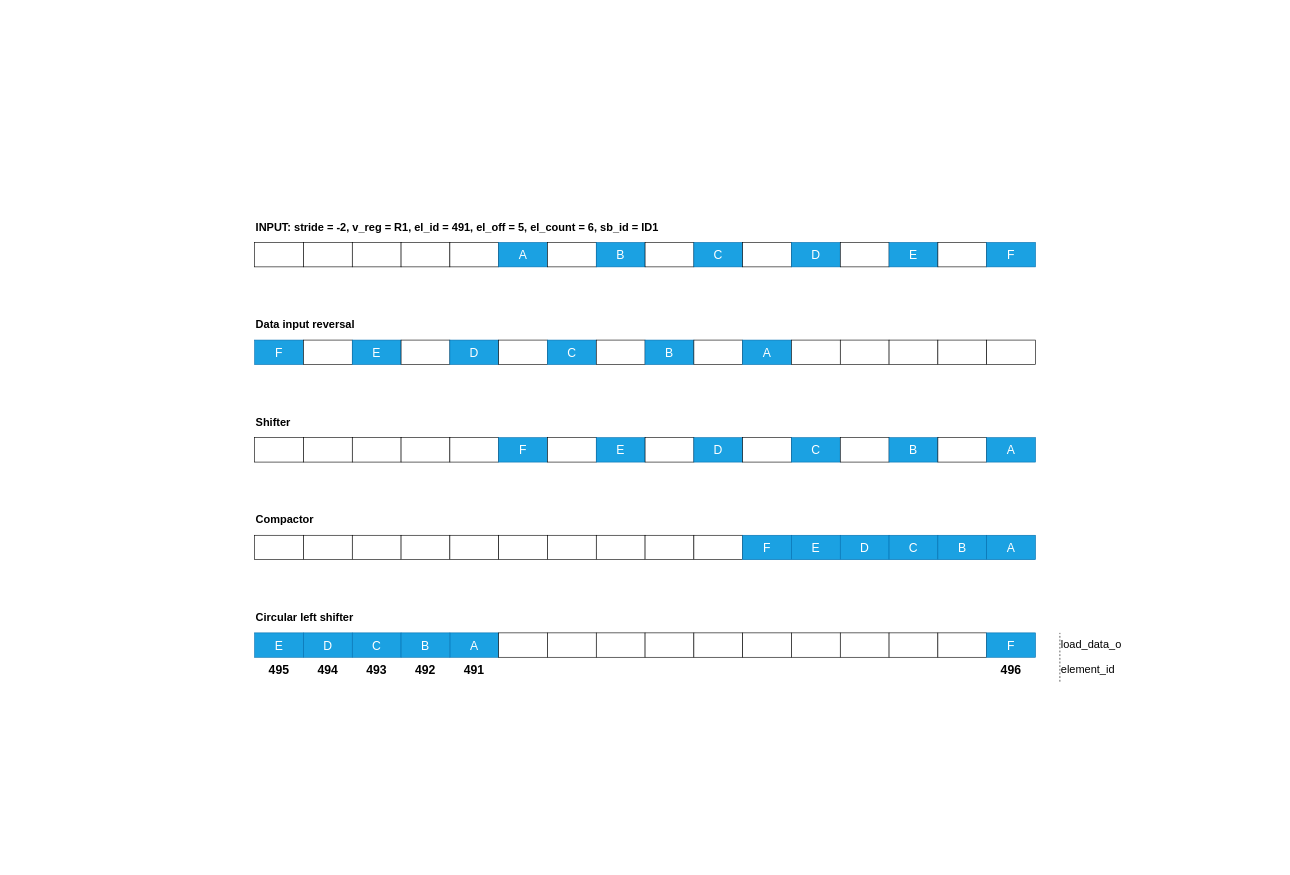
Above: Chapter_2/src/lmu-strided.drawio in gugliver/tesi_magistrale (draw.io), before the change. Source tidied: cells renumbered, new cells numbered last; positions are measured from the earlier drawing's top-left corner, leaving out a move shared by most shapes. Both pictures are drawn from the tidied source at 61%, with x=0, y=0 at pixel (10, 10).
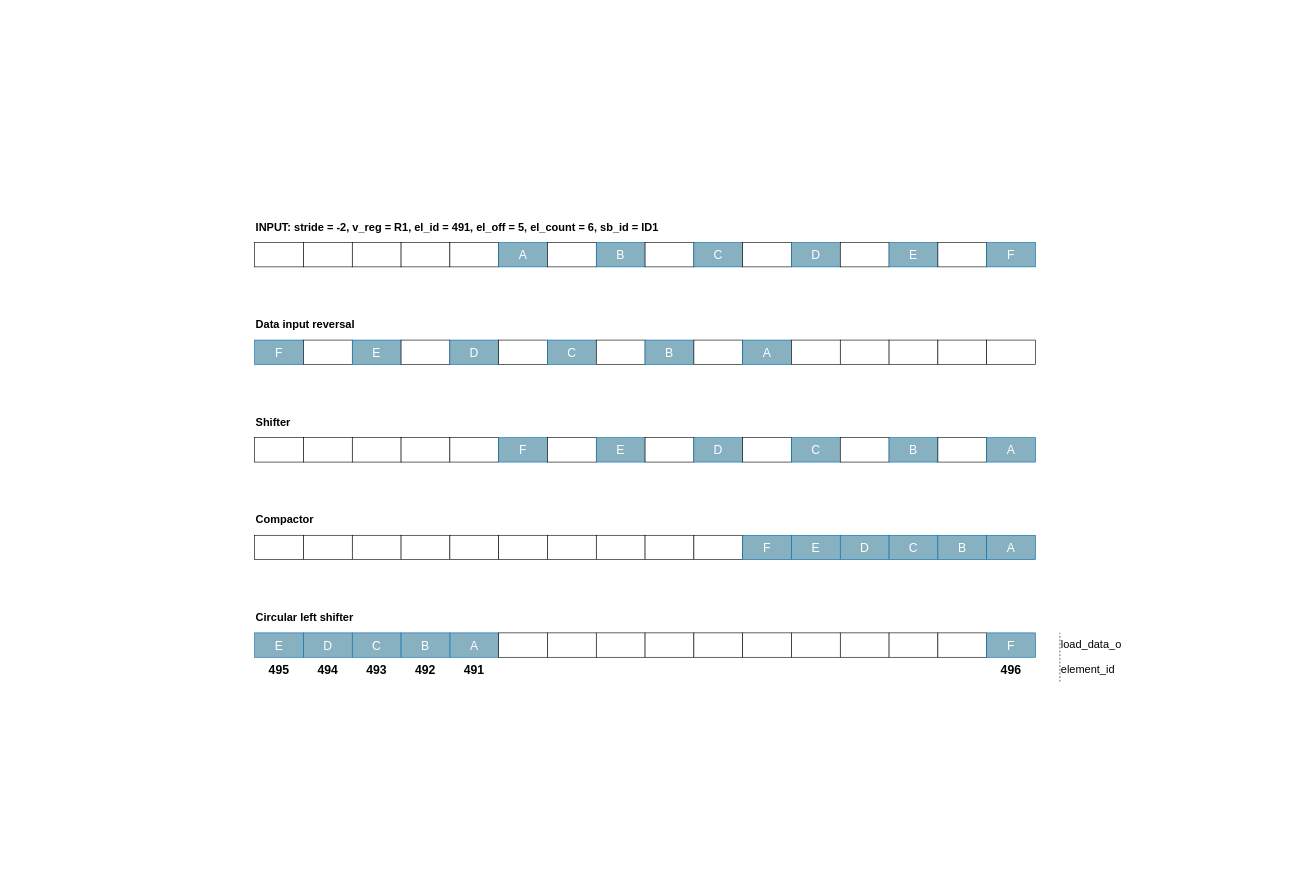
After the change.

Change to the diagram source:
```diff
@@
-    <mxCell id="7" style="rounded=0;whiteSpace=wrap;html=1;fillColor=#1ba1e2;strokeColor=#006EAF;fontColor=#ffffff;" parent="1" vertex="1">
+    <mxCell id="7" style="rounded=0;whiteSpace=wrap;html=1;fillColor=#87B0C0;strokeColor=#006EAF;fontColor=#ffffff;" parent="1" vertex="1">
       <mxGeometry x="800" y="380" width="80" height="40" as="geometry" />
     </mxCell>
@@
-    <mxCell id="9" style="rounded=0;whiteSpace=wrap;html=1;fillColor=#1ba1e2;strokeColor=#006EAF;fontColor=#ffffff;" parent="1" vertex="1">
+    <mxCell id="9" style="rounded=0;whiteSpace=wrap;html=1;fillColor=#87B0C0;strokeColor=#006EAF;fontColor=#ffffff;" parent="1" vertex="1">
       <mxGeometry x="960" y="380" width="80" height="40" as="geometry" />
     </mxCell>
@@
-    <mxCell id="11" style="rounded=0;whiteSpace=wrap;html=1;fillColor=#1ba1e2;strokeColor=#006EAF;fontColor=#ffffff;" parent="1" vertex="1">
+    <mxCell id="11" style="rounded=0;whiteSpace=wrap;html=1;fillColor=#87B0C0;strokeColor=#006EAF;fontColor=#ffffff;" parent="1" vertex="1">
       <mxGeometry x="1120" y="380" width="80" height="40" as="geometry" />
     </mxCell>
@@
-    <mxCell id="13" style="rounded=0;whiteSpace=wrap;html=1;fillColor=#1ba1e2;strokeColor=#006EAF;fontColor=#ffffff;" parent="1" vertex="1">
+    <mxCell id="13" style="rounded=0;whiteSpace=wrap;html=1;fillColor=#87B0C0;strokeColor=#006EAF;fontColor=#ffffff;" parent="1" vertex="1">
       <mxGeometry x="1280" y="380" width="80" height="40" as="geometry" />
     </mxCell>
@@
-    <mxCell id="15" style="rounded=0;whiteSpace=wrap;html=1;fillColor=#1ba1e2;strokeColor=#006EAF;fontColor=#ffffff;" parent="1" vertex="1">
+    <mxCell id="15" style="rounded=0;whiteSpace=wrap;html=1;fillColor=#87B0C0;strokeColor=#006EAF;fontColor=#ffffff;" parent="1" vertex="1">
       <mxGeometry x="1440" y="380" width="80" height="40" as="geometry" />
     </mxCell>
@@
-    <mxCell id="17" style="rounded=0;whiteSpace=wrap;html=1;fillColor=#1ba1e2;strokeColor=#006EAF;fontColor=#ffffff;" parent="1" vertex="1">
+    <mxCell id="17" style="rounded=0;whiteSpace=wrap;html=1;fillColor=#87B0C0;strokeColor=#006EAF;fontColor=#ffffff;" parent="1" vertex="1">
       <mxGeometry x="1600" y="380" width="80" height="40" as="geometry" />
     </mxCell>
-    <mxCell id="18" style="rounded=0;whiteSpace=wrap;html=1;fillColor=#1ba1e2;strokeColor=#006EAF;fontColor=#ffffff;" parent="1" vertex="1">
+    <mxCell id="18" style="rounded=0;whiteSpace=wrap;html=1;fillColor=#87B0C0;strokeColor=#006EAF;fontColor=#ffffff;" parent="1" vertex="1">
       <mxGeometry x="400" y="540" width="80" height="40" as="geometry" />
     </mxCell>
@@
-    <mxCell id="20" style="rounded=0;whiteSpace=wrap;html=1;fillColor=#1ba1e2;strokeColor=#006EAF;fontColor=#ffffff;" parent="1" vertex="1">
+    <mxCell id="20" style="rounded=0;whiteSpace=wrap;html=1;fillColor=#87B0C0;strokeColor=#006EAF;fontColor=#ffffff;" parent="1" vertex="1">
       <mxGeometry x="560" y="540" width="80" height="40" as="geometry" />
     </mxCell>
@@
-    <mxCell id="22" style="rounded=0;whiteSpace=wrap;html=1;fillColor=#1ba1e2;strokeColor=#006EAF;fontColor=#ffffff;" parent="1" vertex="1">
+    <mxCell id="22" style="rounded=0;whiteSpace=wrap;html=1;fillColor=#87B0C0;strokeColor=#006EAF;fontColor=#ffffff;" parent="1" vertex="1">
       <mxGeometry x="720" y="540" width="80" height="40" as="geometry" />
     </mxCell>
@@
-    <mxCell id="24" style="rounded=0;whiteSpace=wrap;html=1;fillColor=#1ba1e2;strokeColor=#006EAF;fontColor=#ffffff;" parent="1" vertex="1">
+    <mxCell id="24" style="rounded=0;whiteSpace=wrap;html=1;fillColor=#87B0C0;strokeColor=#006EAF;fontColor=#ffffff;" parent="1" vertex="1">
       <mxGeometry x="880" y="540" width="80" height="40" as="geometry" />
     </mxCell>
@@
-    <mxCell id="26" style="rounded=0;whiteSpace=wrap;html=1;fillColor=#1ba1e2;strokeColor=#006EAF;fontColor=#ffffff;" parent="1" vertex="1">
+    <mxCell id="26" style="rounded=0;whiteSpace=wrap;html=1;fillColor=#87B0C0;strokeColor=#006EAF;fontColor=#ffffff;" parent="1" vertex="1">
       <mxGeometry x="1040" y="540" width="80" height="40" as="geometry" />
     </mxCell>
@@
-    <mxCell id="28" style="rounded=0;whiteSpace=wrap;html=1;fillColor=#1ba1e2;strokeColor=#006EAF;fontColor=#ffffff;" parent="1" vertex="1">
+    <mxCell id="28" style="rounded=0;whiteSpace=wrap;html=1;fillColor=#87B0C0;strokeColor=#006EAF;fontColor=#ffffff;" parent="1" vertex="1">
       <mxGeometry x="1200" y="540" width="80" height="40" as="geometry" />
     </mxCell>
@@
-    <mxCell id="39" style="rounded=0;whiteSpace=wrap;html=1;fillColor=#1ba1e2;strokeColor=#006EAF;fontColor=#ffffff;" parent="1" vertex="1">
+    <mxCell id="39" style="rounded=0;whiteSpace=wrap;html=1;fillColor=#87B0C0;strokeColor=#006EAF;fontColor=#ffffff;" parent="1" vertex="1">
       <mxGeometry x="800" y="700" width="80" height="40" as="geometry" />
     </mxCell>
@@
-    <mxCell id="41" style="rounded=0;whiteSpace=wrap;html=1;fillColor=#1ba1e2;strokeColor=#006EAF;fontColor=#ffffff;" parent="1" vertex="1">
+    <mxCell id="41" style="rounded=0;whiteSpace=wrap;html=1;fillColor=#87B0C0;strokeColor=#006EAF;fontColor=#ffffff;" parent="1" vertex="1">
       <mxGeometry x="960" y="700" width="80" height="40" as="geometry" />
     </mxCell>
@@
-    <mxCell id="43" style="rounded=0;whiteSpace=wrap;html=1;fillColor=#1ba1e2;strokeColor=#006EAF;fontColor=#ffffff;" parent="1" vertex="1">
+    <mxCell id="43" style="rounded=0;whiteSpace=wrap;html=1;fillColor=#87B0C0;strokeColor=#006EAF;fontColor=#ffffff;" parent="1" vertex="1">
       <mxGeometry x="1120" y="700" width="80" height="40" as="geometry" />
     </mxCell>
@@
-    <mxCell id="45" style="rounded=0;whiteSpace=wrap;html=1;fillColor=#1ba1e2;strokeColor=#006EAF;fontColor=#ffffff;" parent="1" vertex="1">
+    <mxCell id="45" style="rounded=0;whiteSpace=wrap;html=1;fillColor=#87B0C0;strokeColor=#006EAF;fontColor=#ffffff;" parent="1" vertex="1">
       <mxGeometry x="1280" y="700" width="80" height="40" as="geometry" />
     </mxCell>
@@
-    <mxCell id="47" style="rounded=0;whiteSpace=wrap;html=1;fillColor=#1ba1e2;strokeColor=#006EAF;fontColor=#ffffff;" parent="1" vertex="1">
+    <mxCell id="47" style="rounded=0;whiteSpace=wrap;html=1;fillColor=#87B0C0;strokeColor=#006EAF;fontColor=#ffffff;" parent="1" vertex="1">
       <mxGeometry x="1440" y="700" width="80" height="40" as="geometry" />
     </mxCell>
@@
-    <mxCell id="49" style="rounded=0;whiteSpace=wrap;html=1;fillColor=#1ba1e2;strokeColor=#006EAF;fontColor=#ffffff;" parent="1" vertex="1">
+    <mxCell id="49" style="rounded=0;whiteSpace=wrap;html=1;fillColor=#87B0C0;strokeColor=#006EAF;fontColor=#ffffff;" parent="1" vertex="1">
       <mxGeometry x="1600" y="700" width="80" height="40" as="geometry" />
     </mxCell>
@@
-    <mxCell id="60" style="rounded=0;whiteSpace=wrap;html=1;fillColor=#1ba1e2;strokeColor=#006EAF;fontColor=#ffffff;" parent="1" vertex="1">
+    <mxCell id="60" style="rounded=0;whiteSpace=wrap;html=1;fillColor=#87B0C0;strokeColor=#006EAF;fontColor=#ffffff;" parent="1" vertex="1">
       <mxGeometry x="1200" y="860" width="80" height="40" as="geometry" />
     </mxCell>
-    <mxCell id="61" style="rounded=0;whiteSpace=wrap;html=1;fillColor=#1ba1e2;strokeColor=#006EAF;fontColor=#ffffff;" parent="1" vertex="1">
+    <mxCell id="61" style="rounded=0;whiteSpace=wrap;html=1;fillColor=#87B0C0;strokeColor=#006EAF;fontColor=#ffffff;" parent="1" vertex="1">
       <mxGeometry x="1280" y="860" width="80" height="40" as="geometry" />
     </mxCell>
-    <mxCell id="62" style="rounded=0;whiteSpace=wrap;html=1;fillColor=#1ba1e2;strokeColor=#006EAF;fontColor=#ffffff;" parent="1" vertex="1">
+    <mxCell id="62" style="rounded=0;whiteSpace=wrap;html=1;fillColor=#87B0C0;strokeColor=#006EAF;fontColor=#ffffff;" parent="1" vertex="1">
       <mxGeometry x="1360" y="860" width="80" height="40" as="geometry" />
     </mxCell>
-    <mxCell id="63" style="rounded=0;whiteSpace=wrap;html=1;fillColor=#1ba1e2;strokeColor=#006EAF;fontColor=#ffffff;" parent="1" vertex="1">
+    <mxCell id="63" style="rounded=0;whiteSpace=wrap;html=1;fillColor=#87B0C0;strokeColor=#006EAF;fontColor=#ffffff;" parent="1" vertex="1">
       <mxGeometry x="1440" y="860" width="80" height="40" as="geometry" />
     </mxCell>
-    <mxCell id="64" style="rounded=0;whiteSpace=wrap;html=1;fillColor=#1ba1e2;strokeColor=#006EAF;fontColor=#ffffff;" parent="1" vertex="1">
+    <mxCell id="64" style="rounded=0;whiteSpace=wrap;html=1;fillColor=#87B0C0;strokeColor=#006EAF;fontColor=#ffffff;" parent="1" vertex="1">
       <mxGeometry x="1520" y="860" width="80" height="40" as="geometry" />
     </mxCell>
-    <mxCell id="65" style="rounded=0;whiteSpace=wrap;html=1;fillColor=#1ba1e2;strokeColor=#006EAF;fontColor=#ffffff;" parent="1" vertex="1">
+    <mxCell id="65" style="rounded=0;whiteSpace=wrap;html=1;fillColor=#87B0C0;strokeColor=#006EAF;fontColor=#ffffff;" parent="1" vertex="1">
       <mxGeometry x="1600" y="860" width="80" height="40" as="geometry" />
     </mxCell>
-    <mxCell id="66" style="rounded=0;whiteSpace=wrap;html=1;fillColor=#1ba1e2;strokeColor=#006EAF;fontColor=#ffffff;" parent="1" vertex="1">
+    <mxCell id="66" style="rounded=0;whiteSpace=wrap;html=1;fillColor=#87B0C0;strokeColor=#006EAF;fontColor=#ffffff;" parent="1" vertex="1">
       <mxGeometry x="480" y="1020" width="80" height="40" as="geometry" />
     </mxCell>
-    <mxCell id="67" style="rounded=0;whiteSpace=wrap;html=1;fillColor=#1ba1e2;strokeColor=#006EAF;fontColor=#ffffff;" parent="1" vertex="1">
+    <mxCell id="67" style="rounded=0;whiteSpace=wrap;html=1;fillColor=#87B0C0;strokeColor=#006EAF;fontColor=#ffffff;" parent="1" vertex="1">
       <mxGeometry x="560" y="1020" width="80" height="40" as="geometry" />
     </mxCell>
-    <mxCell id="68" style="rounded=0;whiteSpace=wrap;html=1;fillColor=#1ba1e2;strokeColor=#006EAF;fontColor=#ffffff;" parent="1" vertex="1">
+    <mxCell id="68" style="rounded=0;whiteSpace=wrap;html=1;fillColor=#87B0C0;strokeColor=#006EAF;fontColor=#ffffff;" parent="1" vertex="1">
       <mxGeometry x="720" y="1020" width="80" height="40" as="geometry" />
     </mxCell>
@@
-    <mxCell id="79" style="rounded=0;whiteSpace=wrap;html=1;fillColor=#1ba1e2;strokeColor=#006EAF;fontColor=#ffffff;" parent="1" vertex="1">
+    <mxCell id="79" style="rounded=0;whiteSpace=wrap;html=1;fillColor=#87B0C0;strokeColor=#006EAF;fontColor=#ffffff;" parent="1" vertex="1">
       <mxGeometry x="1600" y="1020" width="80" height="40" as="geometry" />
     </mxCell>
@@
-    <mxCell id="127" style="rounded=0;whiteSpace=wrap;html=1;fillColor=#1ba1e2;strokeColor=#006EAF;fontColor=#ffffff;" parent="1" vertex="1">
+    <mxCell id="127" style="rounded=0;whiteSpace=wrap;html=1;fillColor=#87B0C0;strokeColor=#006EAF;fontColor=#ffffff;" parent="1" vertex="1">
       <mxGeometry x="640" y="1020" width="80" height="40" as="geometry" />
     </mxCell>
@@
-    <mxCell id="129" style="rounded=0;whiteSpace=wrap;html=1;fillColor=#1ba1e2;strokeColor=#006EAF;fontColor=#ffffff;" parent="1" vertex="1">
+    <mxCell id="129" style="rounded=0;whiteSpace=wrap;html=1;fillColor=#87B0C0;strokeColor=#006EAF;fontColor=#ffffff;" parent="1" vertex="1">
       <mxGeometry x="400" y="1020" width="80" height="40" as="geometry" />
     </mxCell>
```
